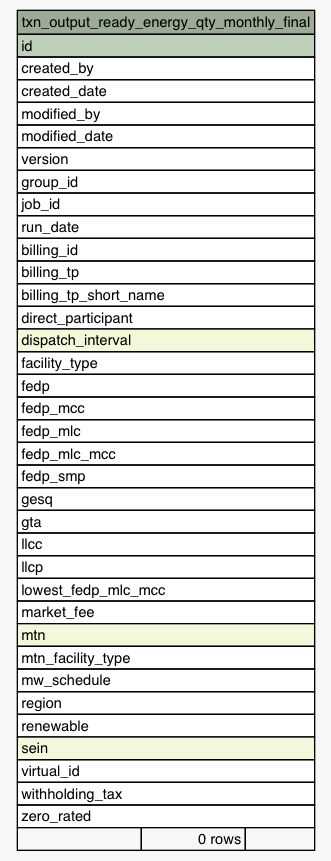
Earlier version of the Graphviz export Data/settlement/diagrams/summary/txn_output_ready_energy_qty_monthly_final.1degree.png (eyana-m/python-data-dictionary-writer). Its source is kept beside it as Data/settlement/diagrams/summary/txn_output_ready_energy_qty_monthly_final.1degree.dot.
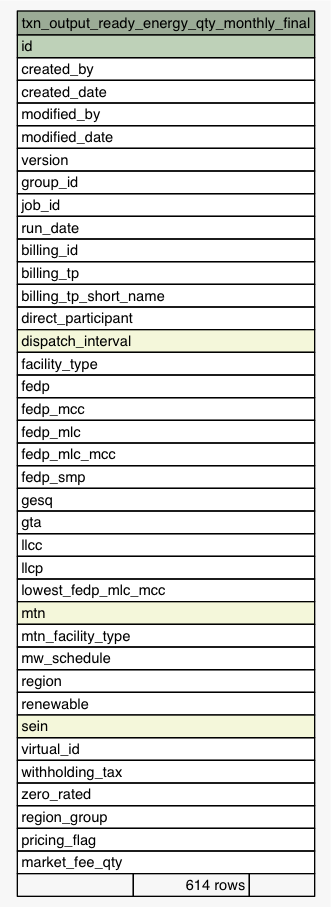
Later version of the same file.

Diff of the diagram source:
```diff
@@ -44,7 +44,6 @@
       <TR><TD PORT="llcc" COLSPAN="3" ALIGN="LEFT">llcc</TD></TR>
       <TR><TD PORT="llcp" COLSPAN="3" ALIGN="LEFT">llcp</TD></TR>
       <TR><TD PORT="lowest_fedp_mlc_mcc" COLSPAN="3" ALIGN="LEFT">lowest_fedp_mlc_mcc</TD></TR>
-      <TR><TD PORT="market_fee" COLSPAN="3" ALIGN="LEFT">market_fee</TD></TR>
       <TR><TD PORT="mtn" COLSPAN="3" BGCOLOR="#f4f7da" ALIGN="LEFT">mtn</TD></TR>
       <TR><TD PORT="mtn_facility_type" COLSPAN="3" ALIGN="LEFT">mtn_facility_type</TD></TR>
       <TR><TD PORT="mw_schedule" COLSPAN="3" ALIGN="LEFT">mw_schedule</TD></TR>
@@ -54,7 +53,10 @@
       <TR><TD PORT="virtual_id" COLSPAN="3" ALIGN="LEFT">virtual_id</TD></TR>
       <TR><TD PORT="withholding_tax" COLSPAN="3" ALIGN="LEFT">withholding_tax</TD></TR>
       <TR><TD PORT="zero_rated" COLSPAN="3" ALIGN="LEFT">zero_rated</TD></TR>
-      <TR><TD ALIGN="LEFT" BGCOLOR="#f7f7f7">  </TD><TD ALIGN="RIGHT" BGCOLOR="#f7f7f7">0 rows</TD><TD ALIGN="RIGHT" BGCOLOR="#f7f7f7">  </TD></TR>
+      <TR><TD PORT="region_group" COLSPAN="3" ALIGN="LEFT">region_group</TD></TR>
+      <TR><TD PORT="pricing_flag" COLSPAN="3" ALIGN="LEFT">pricing_flag</TD></TR>
+      <TR><TD PORT="market_fee_qty" COLSPAN="3" ALIGN="LEFT">market_fee_qty</TD></TR>
+      <TR><TD ALIGN="LEFT" BGCOLOR="#f7f7f7">  </TD><TD ALIGN="RIGHT" BGCOLOR="#f7f7f7">614 rows</TD><TD ALIGN="RIGHT" BGCOLOR="#f7f7f7">  </TD></TR>
     </TABLE>>
     URL="tables/txn_output_ready_energy_qty_monthly_final.html"
     tooltip="txn_output_ready_energy_qty_monthly_final"
```
